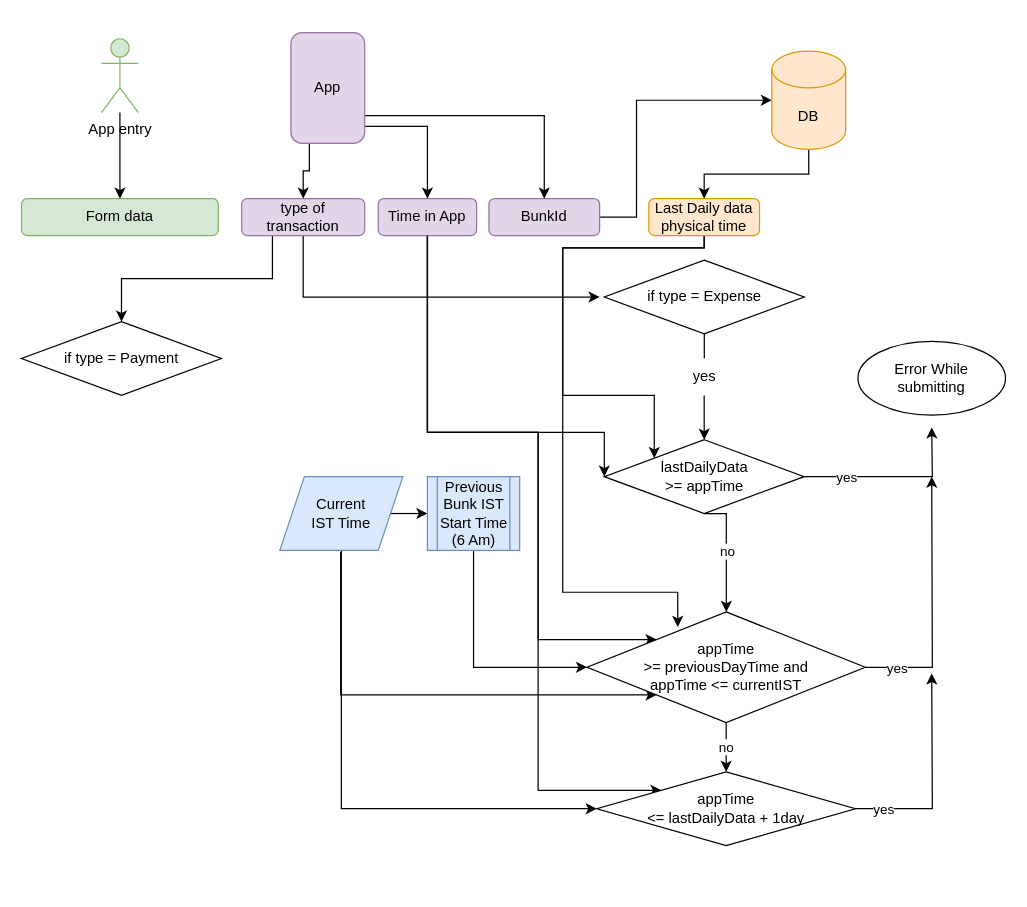
Before: page "InitialCheck" (1 of 2) of Creditor_Transactions.drawio in LakshEternl/GazoLogicMap, a draw.io diagram. Source tidied: cells renumbered, new cells numbered last; positions are measured from the earlier drawing's top-left corner, leaving out a move shared by most shapes. Both pictures are drawn from the tidied source at 123%, with x=0, y=0 at pixel (21, 32).
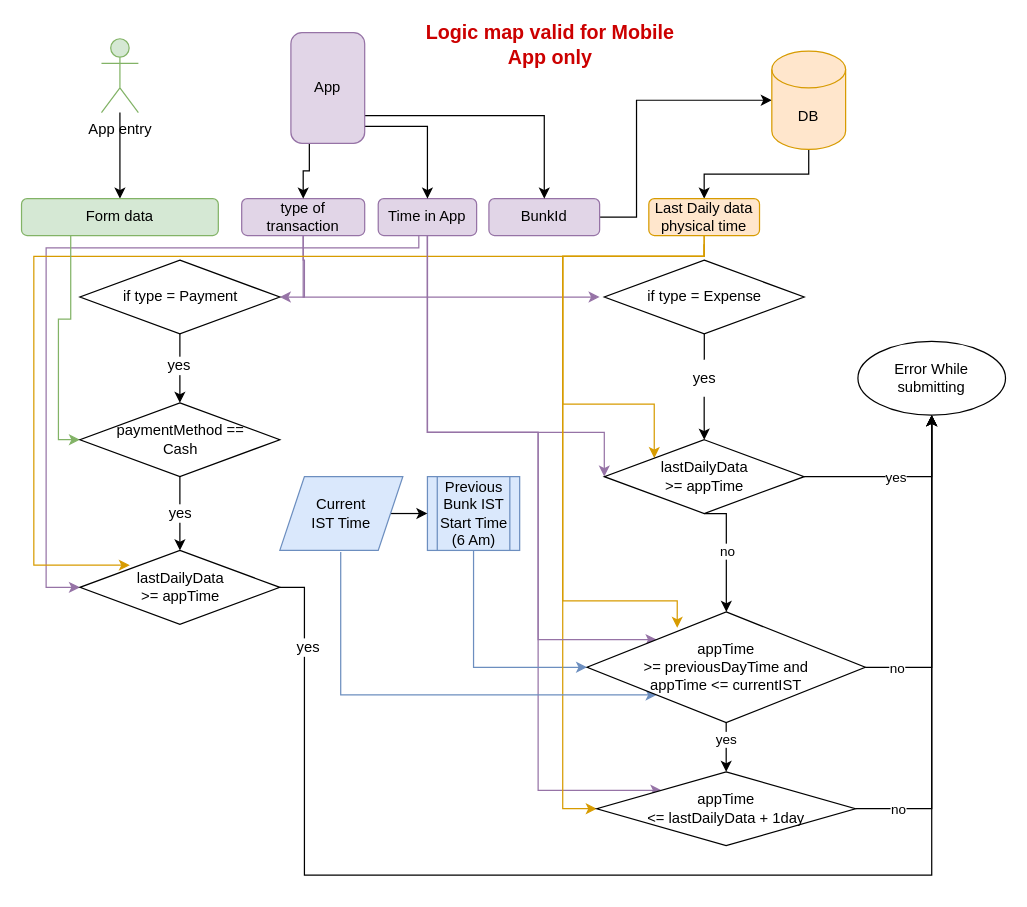
The same diagram, later.

The change refers to these unchanged cells:
```xml
<mxCell id="4" value="type of transaction" style="rounded=1;whiteSpace=wrap;html=1;fillColor=#e1d5e7;strokeColor=#9673a6;" parent="1" vertex="1">
  <mxGeometry x="179" y="135" width="100" height="30" as="geometry" />
</mxCell>
<mxCell id="7" value="Time in App" style="rounded=1;whiteSpace=wrap;html=1;fillColor=#e1d5e7;strokeColor=#9673a6;" parent="1" vertex="1">
  <mxGeometry x="290" y="135" width="80" height="30" as="geometry" />
</mxCell>
<mxCell id="11" value="&lt;div&gt;Previous Bunk IST &lt;br&gt;&lt;/div&gt;&lt;div&gt;Start Time &lt;/div&gt;(6 Am)" style="shape=process;whiteSpace=wrap;html=1;backgroundOutline=1;fillColor=#dae8fc;strokeColor=#6c8ebf;" parent="1" vertex="1">
  <mxGeometry x="330" y="361" width="75" height="60" as="geometry" />
</mxCell>
<mxCell id="20" value="Last Daily data physical time" style="rounded=1;whiteSpace=wrap;html=1;fillColor=#ffe6cc;strokeColor=#d79b00;" parent="1" vertex="1">
  <mxGeometry x="510" y="135" width="90" height="30" as="geometry" />
</mxCell>
<mxCell id="21" value="Form data" style="rounded=1;whiteSpace=wrap;html=1;fillColor=#d5e8d4;strokeColor=#82b366;" parent="1" vertex="1">
  <mxGeometry y="135" width="160" height="30" as="geometry" />
</mxCell>
<mxCell id="24" value="&lt;div&gt;Error While &lt;br&gt;&lt;/div&gt;&lt;div&gt;submitting&lt;/div&gt;" style="ellipse;whiteSpace=wrap;html=1;" parent="1" vertex="1">
  <mxGeometry x="680" y="251" width="120" height="60" as="geometry" />
</mxCell>
<mxCell id="28" value="Current &lt;br&gt;IST Time" style="shape=parallelogram;perimeter=parallelogramPerimeter;whiteSpace=wrap;html=1;fixedSize=1;fillColor=#dae8fc;strokeColor=#6c8ebf;" parent="1" vertex="1">
  <mxGeometry x="210" y="361" width="100" height="60" as="geometry" />
</mxCell>
<mxCell id="33" value="lastDailyData &lt;br&gt;&amp;gt;= appTime" style="rhombus;whiteSpace=wrap;html=1;" parent="1" vertex="1">
  <mxGeometry x="473.8" y="331" width="162.5" height="60" as="geometry" />
</mxCell>
<mxCell id="38" value="appTime&lt;br&gt;&amp;gt;= previousDayTime and &lt;br&gt;appTime &amp;lt;= currentIST " style="rhombus;whiteSpace=wrap;html=1;" parent="1" vertex="1">
  <mxGeometry x="459.8" y="471" width="226.2" height="90" as="geometry" />
</mxCell>
<mxCell id="43" value="appTime &lt;br&gt;&amp;lt;= lastDailyData + 1day" style="rhombus;whiteSpace=wrap;html=1;" parent="1" vertex="1">
  <mxGeometry x="467.7" y="601" width="210.3" height="60" as="geometry" />
</mxCell>
```

Change to the diagram source:
```diff
@@
-    <mxCell id="2" style="edgeStyle=orthogonalEdgeStyle;rounded=0;jettySize=auto;html=1;" parent="1" edge="1" source="4">
+    <mxCell id="2" style="edgeStyle=orthogonalEdgeStyle;rounded=0;jettySize=auto;html=1;fillColor=#e1d5e7;strokeColor=#9673a6;" parent="1" edge="1" source="4">
       <mxGeometry relative="1" as="geometry">
         <mxPoint x="470" y="215" as="targetPoint" />
         <Array as="points">
           <mxPoint x="229" y="215" />
         </Array>
       </mxGeometry>
     </mxCell>
-    <mxCell id="3" style="edgeStyle=orthogonalEdgeStyle;rounded=0;jettySize=auto;html=1;exitX=0.25;exitY=1;exitDx=0;exitDy=0;entryX=0.5;entryY=0;entryDx=0;entryDy=0;" parent="1" edge="1" source="4" target="44">
+    <mxCell id="3" style="edgeStyle=orthogonalEdgeStyle;rounded=0;jettySize=auto;html=1;exitX=0.5;exitY=1;exitDx=0;exitDy=0;entryX=1;entryY=0.5;entryDx=0;entryDy=0;fontSize=12;fontColor=#000000;fillColor=#e1d5e7;strokeColor=#9673a6;" parent="1" edge="1" source="4" target="44">
       <mxGeometry relative="1" as="geometry" />
     </mxCell>
@@
-    <mxCell id="5" style="edgeStyle=orthogonalEdgeStyle;rounded=0;jettySize=auto;html=1;entryX=0;entryY=0.5;entryDx=0;entryDy=0;" parent="1" edge="1" source="7" target="33">
+    <mxCell id="5" style="edgeStyle=orthogonalEdgeStyle;rounded=0;jettySize=auto;html=1;entryX=0;entryY=0.5;entryDx=0;entryDy=0;fillColor=#e1d5e7;strokeColor=#9673a6;" parent="1" edge="1" source="7" target="33">
       <mxGeometry relative="1" as="geometry">
         <Array as="points">
           <mxPoint x="330" y="325" />
           <mxPoint x="474" y="325" />
         </Array>
       </mxGeometry>
     </mxCell>
-    <mxCell id="6" style="edgeStyle=orthogonalEdgeStyle;rounded=0;jettySize=auto;html=1;entryX=0;entryY=0;entryDx=0;entryDy=0;" parent="1" edge="1" source="7" target="43">
+    <mxCell id="6" style="edgeStyle=orthogonalEdgeStyle;rounded=0;jettySize=auto;html=1;entryX=0;entryY=0;entryDx=0;entryDy=0;fillColor=#e1d5e7;strokeColor=#9673a6;" parent="1" edge="1" source="7" target="43">
       <mxGeometry relative="1" as="geometry">
         <Array as="points">
           <mxPoint x="330" y="325" />
           <mxPoint x="420" y="325" />
           <mxPoint x="420" y="616" />
         </Array>
       </mxGeometry>
     </mxCell>
+    <mxCell id="47" style="edgeStyle=orthogonalEdgeStyle;rounded=0;jettySize=auto;html=1;exitX=0.5;exitY=1;exitDx=0;exitDy=0;entryX=0;entryY=0.5;entryDx=0;entryDy=0;fontSize=12;fontColor=#000000;fillColor=#e1d5e7;strokeColor=#9673a6;" parent="1" edge="1" target="58">
+      <mxGeometry relative="1" as="geometry">
+        <mxPoint x="323" y="165" as="sourcePoint" />
+        <Array as="points">
+          <mxPoint x="323" y="175" />
+          <mxPoint x="20" y="175" />
+          <mxPoint x="20" y="451" />
+        </Array>
+      </mxGeometry>
+    </mxCell>
@@
-    <mxCell id="10" style="edgeStyle=orthogonalEdgeStyle;rounded=0;jettySize=auto;html=1;exitX=0.5;exitY=1;exitDx=0;exitDy=0;entryX=0;entryY=0.5;entryDx=0;entryDy=0;" parent="1" edge="1" source="11" target="38">
+    <mxCell id="10" style="edgeStyle=orthogonalEdgeStyle;rounded=0;jettySize=auto;html=1;exitX=0.5;exitY=1;exitDx=0;exitDy=0;entryX=0;entryY=0.5;entryDx=0;entryDy=0;fillColor=#dae8fc;strokeColor=#6c8ebf;" parent="1" edge="1" source="11" target="38">
       <mxGeometry relative="1" as="geometry" />
     </mxCell>
@@
-    <mxCell id="18" style="edgeStyle=orthogonalEdgeStyle;rounded=0;jettySize=auto;html=1;entryX=0;entryY=0;entryDx=0;entryDy=0;" parent="1" edge="1" source="20" target="33">
+    <mxCell id="18" style="edgeStyle=orthogonalEdgeStyle;rounded=0;jettySize=auto;html=1;entryX=0;entryY=0;entryDx=0;entryDy=0;fillColor=#ffe6cc;strokeColor=#d79b00;" parent="1" edge="1" target="33">
       <mxGeometry relative="1" as="geometry">
+        <mxPoint x="555" y="172" as="sourcePoint" />
         <Array as="points">
-          <mxPoint x="555" y="175" />
-          <mxPoint x="440" y="175" />
-          <mxPoint x="440" y="295" />
-          <mxPoint x="514" y="295" />
+          <mxPoint x="555" y="182" />
+          <mxPoint x="440" y="182" />
+          <mxPoint x="440" y="302" />
+          <mxPoint x="514" y="302" />
         </Array>
       </mxGeometry>
     </mxCell>
-    <mxCell id="19" style="edgeStyle=orthogonalEdgeStyle;rounded=0;jettySize=auto;html=1;entryX=0.326;entryY=0.136;entryDx=0;entryDy=0;entryPerimeter=0;" parent="1" edge="1" source="20" target="38">
+    <mxCell id="19" style="edgeStyle=orthogonalEdgeStyle;rounded=0;jettySize=auto;html=1;entryX=0.324;entryY=0.144;entryDx=0;entryDy=0;entryPerimeter=0;fillColor=#ffe6cc;strokeColor=#d79b00;" parent="1" edge="1" target="38">
       <mxGeometry relative="1" as="geometry">
+        <mxPoint x="555" y="172" as="sourcePoint" />
         <Array as="points">
-          <mxPoint x="555" y="175" />
-          <mxPoint x="440" y="175" />
-          <mxPoint x="440" y="455" />
-          <mxPoint x="533" y="455" />
+          <mxPoint x="555" y="182" />
+          <mxPoint x="440" y="182" />
+          <mxPoint x="440" y="462" />
+          <mxPoint x="533" y="462" />
         </Array>
       </mxGeometry>
     </mxCell>
+    <mxCell id="48" style="edgeStyle=orthogonalEdgeStyle;rounded=0;orthogonalLoop=1;jettySize=auto;html=1;exitX=0.5;exitY=1;exitDx=0;exitDy=0;entryX=0;entryY=0;entryDx=0;entryDy=0;fontSize=12;fontColor=#000000;fillColor=#ffe6cc;strokeColor=#d79b00;" parent="1" edge="1">
+      <mxGeometry relative="1" as="geometry">
+        <mxPoint x="555" y="162" as="sourcePoint" />
+        <mxPoint x="88.1" y="433" as="targetPoint" />
+        <Array as="points">
+          <mxPoint x="555" y="182" />
+          <mxPoint x="10" y="182" />
+          <mxPoint x="10" y="433" />
+        </Array>
+      </mxGeometry>
+    </mxCell>
+    <mxCell id="49" style="edgeStyle=orthogonalEdgeStyle;rounded=0;jettySize=auto;html=1;exitX=0.5;exitY=1;exitDx=0;exitDy=0;entryX=0;entryY=0.5;entryDx=0;entryDy=0;fontSize=12;fontColor=#000000;fillColor=#ffe6cc;strokeColor=#d79b00;" parent="1" edge="1" target="43">
+      <mxGeometry relative="1" as="geometry">
+        <mxPoint x="555" y="162" as="sourcePoint" />
+        <Array as="points">
+          <mxPoint x="555" y="182" />
+          <mxPoint x="440" y="182" />
+          <mxPoint x="440" y="631" />
+        </Array>
+      </mxGeometry>
+    </mxCell>
@@
+    <mxCell id="50" style="edgeStyle=orthogonalEdgeStyle;rounded=0;jettySize=auto;html=1;exitX=0.25;exitY=1;exitDx=0;exitDy=0;entryX=0;entryY=0.5;entryDx=0;entryDy=0;fontSize=12;fontColor=#000000;fillColor=#d5e8d4;strokeColor=#82b366;" parent="1" edge="1" source="21" target="55">
+      <mxGeometry relative="1" as="geometry">
+        <Array as="points">
+          <mxPoint x="40" y="233" />
+          <mxPoint x="30" y="233" />
+          <mxPoint x="30" y="331" />
+        </Array>
+      </mxGeometry>
+    </mxCell>
@@
-    <mxCell id="26" style="edgeStyle=orthogonalEdgeStyle;rounded=0;jettySize=auto;html=1;exitX=0.495;exitY=1.021;exitDx=0;exitDy=0;entryX=0;entryY=1;entryDx=0;entryDy=0;exitPerimeter=0;" parent="1" edge="1" source="28" target="38">
+    <mxCell id="26" style="edgeStyle=orthogonalEdgeStyle;rounded=0;jettySize=auto;html=1;exitX=0.495;exitY=1.021;exitDx=0;exitDy=0;entryX=0;entryY=1;entryDx=0;entryDy=0;exitPerimeter=0;fillColor=#dae8fc;strokeColor=#6c8ebf;" parent="1" edge="1" source="28" target="38">
       <mxGeometry relative="1" as="geometry">
         <Array as="points">
-          <mxPoint x="260" y="538" />
+          <mxPoint x="260" y="539" />
         </Array>
       </mxGeometry>
     </mxCell>
-    <mxCell id="27" style="edgeStyle=orthogonalEdgeStyle;rounded=0;jettySize=auto;html=1;entryX=0;entryY=0.5;entryDx=0;entryDy=0;" parent="1" edge="1" source="28" target="43">
-      <mxGeometry relative="1" as="geometry">
-        <Array as="points">
-          <mxPoint x="260" y="631" />
-        </Array>
-      </mxGeometry>
-    </mxCell>
@@
-    <mxCell id="29" style="edgeStyle=orthogonalEdgeStyle;rounded=0;jettySize=auto;html=1;" parent="1" edge="1" source="33">
-      <mxGeometry relative="1" as="geometry">
-        <mxPoint x="740" y="321" as="targetPoint" />
-      </mxGeometry>
+    <mxCell id="29" style="edgeStyle=orthogonalEdgeStyle;rounded=0;jettySize=auto;html=1;entryX=0.5;entryY=1;entryDx=0;entryDy=0;exitX=1;exitY=0.5;exitDx=0;exitDy=0;" parent="1" edge="1" source="33" target="24">
+      <mxGeometry relative="1" as="geometry" />
     </mxCell>
     <mxCell id="30" value="yes" style="edgeLabel;html=1;align=center;verticalAlign=middle;" parent="29" vertex="1">
       <mxGeometry x="-0.72" y="-2" relative="1" as="geometry">
-        <mxPoint x="14" y="-2" as="offset" />
+        <mxPoint x="52" y="-2" as="offset" />
       </mxGeometry>
     </mxCell>
@@
-    <mxCell id="34" style="edgeStyle=orthogonalEdgeStyle;rounded=0;jettySize=auto;html=1;exitX=0.5;exitY=1;exitDx=0;exitDy=0;entryX=0;entryY=0;entryDx=0;entryDy=0;" parent="1" edge="1" source="7" target="38">
+    <mxCell id="34" style="edgeStyle=orthogonalEdgeStyle;rounded=0;jettySize=auto;html=1;exitX=0.5;exitY=1;exitDx=0;exitDy=0;entryX=0;entryY=0;entryDx=0;entryDy=0;fillColor=#e1d5e7;strokeColor=#9673a6;" parent="1" edge="1" source="7" target="38">
       <mxGeometry relative="1" as="geometry">
         <Array as="points">
           <mxPoint x="330" y="325" />
           <mxPoint x="420" y="325" />
           <mxPoint x="420" y="493" />
         </Array>
       </mxGeometry>
     </mxCell>
-    <mxCell id="35" style="edgeStyle=orthogonalEdgeStyle;rounded=0;jettySize=auto;html=1;exitX=1;exitY=0.5;exitDx=0;exitDy=0;" parent="1" edge="1" source="38">
-      <mxGeometry relative="1" as="geometry">
-        <mxPoint x="740" y="361" as="targetPoint" />
-      </mxGeometry>
+    <mxCell id="35" style="edgeStyle=orthogonalEdgeStyle;rounded=0;jettySize=auto;html=1;exitX=1;exitY=0.5;exitDx=0;exitDy=0;entryX=0.5;entryY=1;entryDx=0;entryDy=0;" parent="1" edge="1" source="38" target="24">
+      <mxGeometry relative="1" as="geometry" />
     </mxCell>
-    <mxCell id="36" value="yes" style="edgeLabel;html=1;align=center;verticalAlign=middle;" parent="35" vertex="1">
+    <mxCell id="36" value="no" style="edgeLabel;html=1;align=center;verticalAlign=middle;" parent="35" vertex="1">
       <mxGeometry x="-0.67" y="1" relative="1" as="geometry">
-        <mxPoint x="-10" y="1" as="offset" />
+        <mxPoint x="-18" y="1" as="offset" />
       </mxGeometry>
     </mxCell>
-    <mxCell id="37" value="no" style="edgeStyle=orthogonalEdgeStyle;rounded=0;jettySize=auto;html=1;" parent="1" edge="1" source="38" target="43">
-      <mxGeometry relative="1" as="geometry" />
+    <mxCell id="37" value="yes" style="edgeStyle=orthogonalEdgeStyle;rounded=0;jettySize=auto;html=1;" parent="1" edge="1" source="38" target="43">
+      <mxGeometry x="-0.3" relative="1" as="geometry" />
     </mxCell>
@@
-    <mxCell id="41" style="edgeStyle=orthogonalEdgeStyle;rounded=0;jettySize=auto;html=1;" parent="1" edge="1" source="43">
-      <mxGeometry relative="1" as="geometry">
-        <mxPoint x="740" y="521" as="targetPoint" />
-      </mxGeometry>
+    <mxCell id="41" style="edgeStyle=orthogonalEdgeStyle;rounded=0;jettySize=auto;html=1;exitX=1;exitY=0.5;exitDx=0;exitDy=0;entryX=0.5;entryY=1;entryDx=0;entryDy=0;" parent="1" edge="1" source="43" target="24">
+      <mxGeometry relative="1" as="geometry" />
     </mxCell>
-    <mxCell id="42" value="yes" style="edgeLabel;html=1;align=center;verticalAlign=middle;" parent="41" vertex="1">
-      <mxGeometry x="-0.74" relative="1" as="geometry" />
+    <mxCell id="42" value="no" style="edgeLabel;html=1;align=center;verticalAlign=middle;" parent="41" vertex="1">
+      <mxGeometry x="-0.74" relative="1" as="geometry">
+        <mxPoint x="-16" as="offset" />
+      </mxGeometry>
     </mxCell>
@@
+    <mxCell id="51" style="edgeStyle=orthogonalEdgeStyle;rounded=0;jettySize=auto;html=1;fontSize=16;fontColor=#CC0000;" parent="1" edge="1" source="44" target="55">
+      <mxGeometry relative="1" as="geometry" />
+    </mxCell>
+    <mxCell id="52" value="yes" style="edgeLabel;html=1;align=center;verticalAlign=middle;fontSize=12;fontColor=#000000;" parent="51" vertex="1">
+      <mxGeometry x="-0.13" y="-1" relative="1" as="geometry">
+        <mxPoint y="1" as="offset" />
+      </mxGeometry>
+    </mxCell>
     <mxCell id="44" value="if type = Payment" style="rhombus;whiteSpace=wrap;html=1;" parent="1" vertex="1">
-      <mxGeometry y="235" width="162.5" height="60" as="geometry" />
+      <mxGeometry x="47.5" y="185" width="162.5" height="60" as="geometry" />
     </mxCell>
     <mxCell id="45" value="yes" style="text;html=1;align=center;verticalAlign=middle;points=[];strokeColor=none;fillColor=none;" parent="1" vertex="1">
-      <mxGeometry x="535" y="265" width="40" height="30" as="geometry" />
+      <mxGeometry x="535" y="266" width="40" height="30" as="geometry" />
     </mxCell>
@@
+    <mxCell id="53" value="&lt;font style=&quot;font-size: 16px;&quot; color=&quot;#CC0000&quot;&gt;&lt;b&gt;Logic map valid for Mobile App only&lt;/b&gt;&lt;/font&gt;" style="text;html=1;strokeColor=none;fillColor=none;align=center;verticalAlign=middle;whiteSpace=wrap;rounded=0;" parent="1" vertex="1">
+      <mxGeometry x="320" y="-5" width="220" height="30" as="geometry" />
+    </mxCell>
+    <mxCell id="54" value="yes" style="edgeStyle=orthogonalEdgeStyle;rounded=0;jettySize=auto;html=1;fontSize=12;fontColor=#000000;" parent="1" edge="1" source="55" target="58">
+      <mxGeometry relative="1" as="geometry" />
+    </mxCell>
+    <mxCell id="55" value="paymentMethod == &lt;br&gt;Cash" style="rhombus;whiteSpace=wrap;html=1;" parent="1" vertex="1">
+      <mxGeometry x="47.5" y="301" width="162.5" height="60" as="geometry" />
+    </mxCell>
+    <mxCell id="56" style="edgeStyle=orthogonalEdgeStyle;rounded=0;jettySize=auto;html=1;exitX=1;exitY=0.5;exitDx=0;exitDy=0;entryX=0.5;entryY=1;entryDx=0;entryDy=0;fontSize=12;fontColor=#000000;" parent="1" edge="1" source="58" target="24">
+      <mxGeometry relative="1" as="geometry">
+        <Array as="points">
+          <mxPoint x="230" y="451" />
+          <mxPoint x="230" y="685" />
+          <mxPoint x="740" y="685" />
+        </Array>
+      </mxGeometry>
+    </mxCell>
+    <mxCell id="57" value="yes" style="edgeLabel;html=1;align=center;verticalAlign=middle;fontSize=12;fontColor=#000000;" parent="56" vertex="1">
+      <mxGeometry x="-0.88" y="2" relative="1" as="geometry" />
+    </mxCell>
+    <mxCell id="58" value="lastDailyData &lt;br&gt;&amp;gt;= appTime" style="rhombus;whiteSpace=wrap;html=1;" parent="1" vertex="1">
+      <mxGeometry x="47.5" y="421" width="162.5" height="60" as="geometry" />
+    </mxCell>
```
